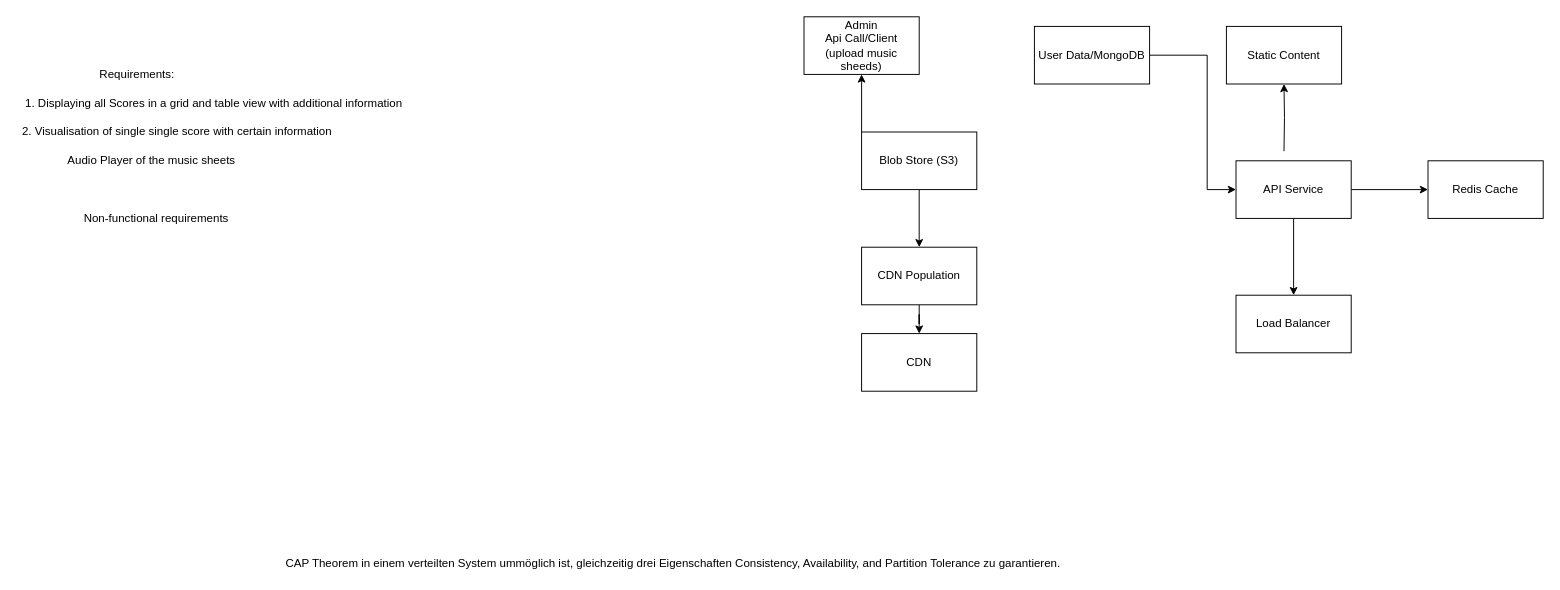
mkireva/notes-frontend keeps this draw.io diagram as Untitled Diagram.drawio. Above is the earlier version. Source tidied: cells renumbered, new cells numbered last; positions are measured from the earlier drawing's top-left corner, leaving out a move shared by most shapes. Both pictures are drawn from the tidied source at 96%, with x=0, y=0 at pixel (16, 16).
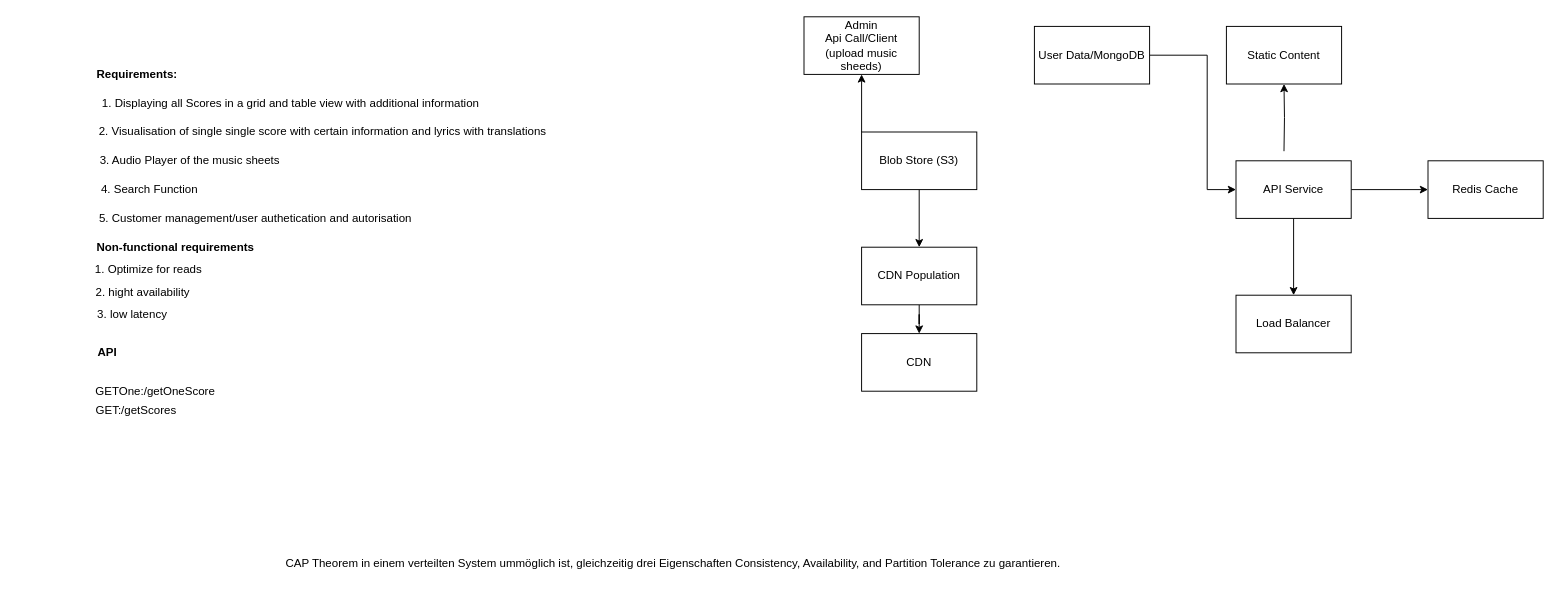
The same diagram, later.

Change to the diagram source:
```diff
@@
-    <mxCell id="19" value="Requirements:" style="text;html=1;align=center;verticalAlign=middle;strokeColor=none;fillColor=none;" parent="1" vertex="1">
-      <mxGeometry x="80" y="50" width="90" height="20" as="geometry" />
+    <mxCell id="19" value="&lt;b&gt;Requirements:&lt;/b&gt;" style="text;html=1;align=center;verticalAlign=middle;strokeColor=none;fillColor=none;" parent="1" vertex="1">
+      <mxGeometry x="75" y="50" width="100" height="20" as="geometry" />
     </mxCell>
-    <mxCell id="20" value="Non-functional requirements" style="text;html=1;align=center;verticalAlign=middle;strokeColor=none;fillColor=none;" parent="1" vertex="1">
-      <mxGeometry x="60" y="200" width="170" height="20" as="geometry" />
+    <mxCell id="20" value="&lt;b&gt;Non-functional requirements&lt;/b&gt;" style="text;html=1;align=center;verticalAlign=middle;strokeColor=none;fillColor=none;" parent="1" vertex="1">
+      <mxGeometry x="75" y="230" width="180" height="20" as="geometry" />
     </mxCell>
     <mxCell id="21" value="1. Displaying all Scores in a grid and table view with additional information" style="text;html=1;align=center;verticalAlign=middle;strokeColor=none;fillColor=none;" parent="1" vertex="1">
-      <mxGeometry y="80" width="410" height="20" as="geometry" />
+      <mxGeometry x="80" y="80" width="410" height="20" as="geometry" />
     </mxCell>
-    <mxCell id="22" value="2. Visualisation of single single score with certain information&amp;nbsp;&amp;nbsp;" style="text;html=1;align=center;verticalAlign=middle;strokeColor=none;fillColor=none;" parent="1" vertex="1">
-      <mxGeometry y="110" width="340" height="20" as="geometry" />
+    <mxCell id="22" value="2. Visualisation of single single score with certain information and lyrics with translations&amp;nbsp;" style="text;html=1;align=center;verticalAlign=middle;strokeColor=none;fillColor=none;" parent="1" vertex="1">
+      <mxGeometry x="80" y="110" width="480" height="20" as="geometry" />
     </mxCell>
-    <mxCell id="23" value="Audio Player of the music sheets" style="text;html=1;align=center;verticalAlign=middle;strokeColor=none;fillColor=none;" parent="1" vertex="1">
-      <mxGeometry x="45" y="140" width="190" height="20" as="geometry" />
+    <mxCell id="23" value="3. Audio Player of the music sheets" style="text;html=1;align=center;verticalAlign=middle;strokeColor=none;fillColor=none;" parent="1" vertex="1">
+      <mxGeometry x="80" y="140" width="200" height="20" as="geometry" />
     </mxCell>
+    <mxCell id="24" value="4. Search Function" style="text;html=1;align=center;verticalAlign=middle;strokeColor=none;fillColor=none;" parent="1" vertex="1">
+      <mxGeometry x="78" y="170" width="120" height="20" as="geometry" />
+    </mxCell>
+    <mxCell id="25" value="5. Customer management/user authetication and autorisation&amp;nbsp;" style="text;html=1;align=center;verticalAlign=middle;strokeColor=none;fillColor=none;" parent="1" vertex="1">
+      <mxGeometry x="80" y="200" width="340" height="20" as="geometry" />
+    </mxCell>
+    <mxCell id="26" value="1. Optimize for reads" style="text;html=1;align=center;verticalAlign=middle;strokeColor=none;fillColor=none;" parent="1" vertex="1">
+      <mxGeometry x="72" y="253" width="130" height="20" as="geometry" />
+    </mxCell>
+    <mxCell id="27" value="2. hight availability" style="text;html=1;align=center;verticalAlign=middle;strokeColor=none;fillColor=none;" parent="1" vertex="1">
+      <mxGeometry x="76" y="277" width="110" height="20" as="geometry" />
+    </mxCell>
+    <mxCell id="28" value="3. low latency" style="text;html=1;align=center;verticalAlign=middle;strokeColor=none;fillColor=none;" parent="1" vertex="1">
+      <mxGeometry x="75" y="300" width="90" height="20" as="geometry" />
+    </mxCell>
+    <mxCell id="29" value="&lt;b&gt;API&lt;/b&gt;" style="text;html=1;align=center;verticalAlign=middle;strokeColor=none;fillColor=none;" parent="1" vertex="1">
+      <mxGeometry x="74" y="340" width="40" height="20" as="geometry" />
+    </mxCell>
+    <mxCell id="30" value="GET:/getScores" style="text;html=1;align=center;verticalAlign=middle;strokeColor=none;fillColor=none;" parent="1" vertex="1">
+      <mxGeometry x="74" y="400" width="100" height="20" as="geometry" />
+    </mxCell>
+    <mxCell id="31" value="GETOne:/getOneScore" style="text;html=1;align=center;verticalAlign=middle;strokeColor=none;fillColor=none;" parent="1" vertex="1">
+      <mxGeometry x="74" y="380" width="140" height="20" as="geometry" />
+    </mxCell>
```
